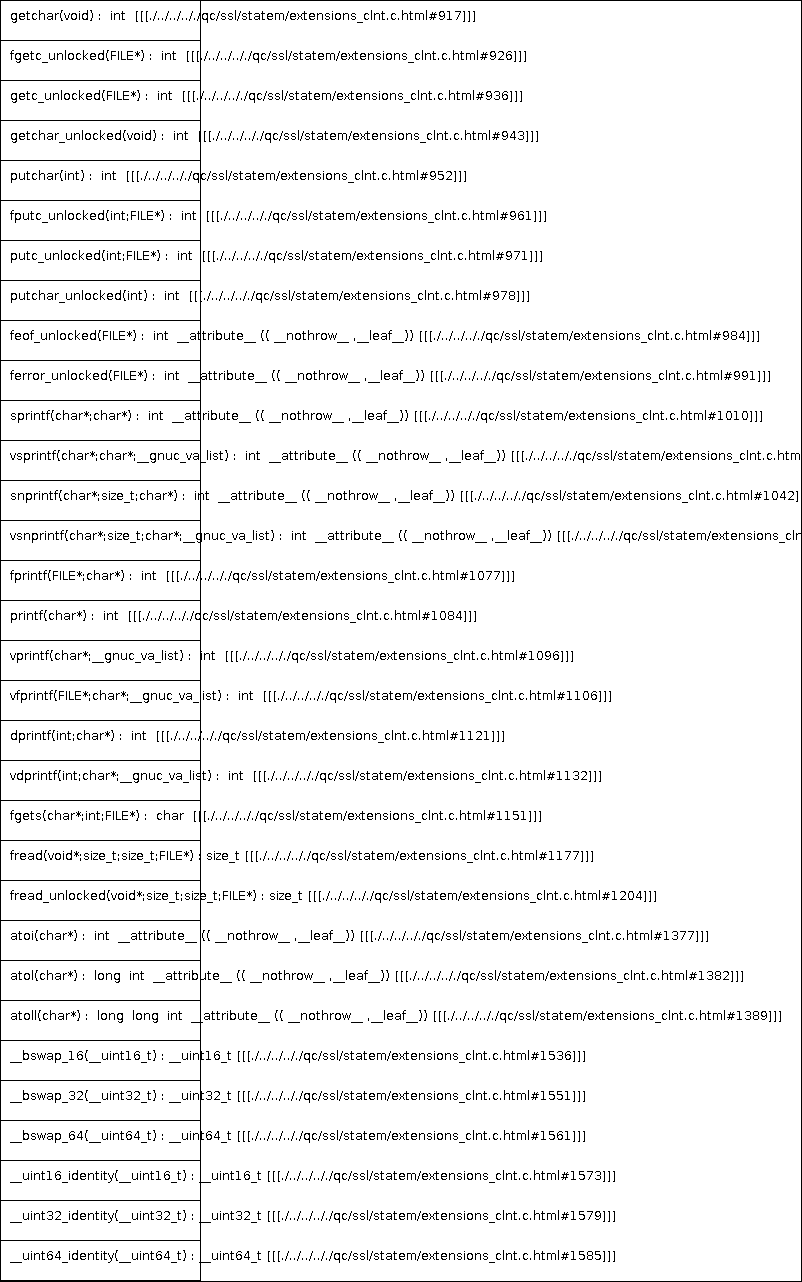
Above: docs/qc/ssl/statem/extensions_clnt.c.png in qualitesys/openssl (PlantUML), before the change. Its source is kept beside it as docs/qc/ssl/statem/extensions_clnt.c.puml.
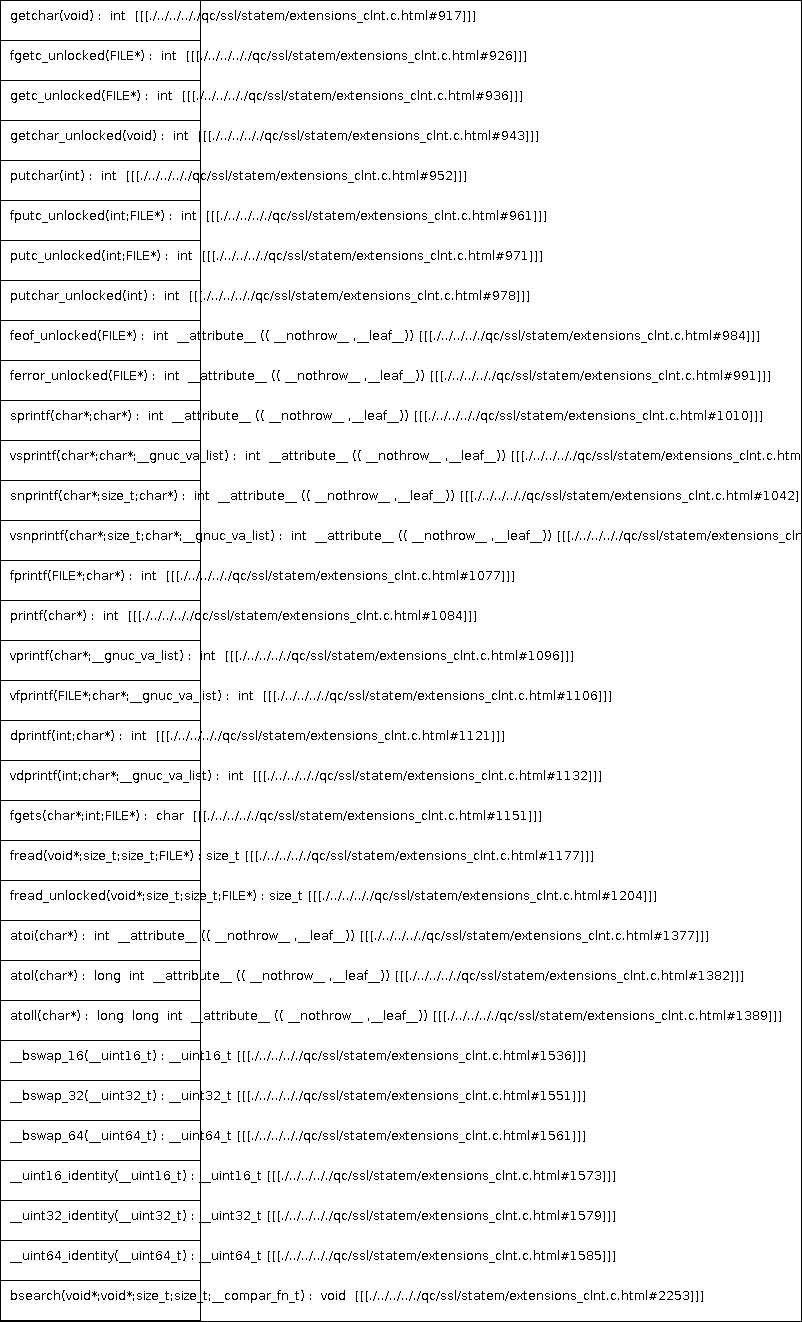
Above is the later version.

Change to the diagram source:
```diff
@@ -33,5 +33,6 @@
 __uint16_identity(__uint16_t) : __uint16_t [[[./../../.././qc/ssl/statem/extensions_clnt.c.html#1573]]]
 __uint32_identity(__uint32_t) : __uint32_t [[[./../../.././qc/ssl/statem/extensions_clnt.c.html#1579]]]
 __uint64_identity(__uint64_t) : __uint64_t [[[./../../.././qc/ssl/statem/extensions_clnt.c.html#1585]]]
+bsearch(void*;void*;size_t;size_t;__compar_fn_t) :  void  [[[./../../.././qc/ssl/statem/extensions_clnt.c.html#2253]]]
 }
 @enduml
```
